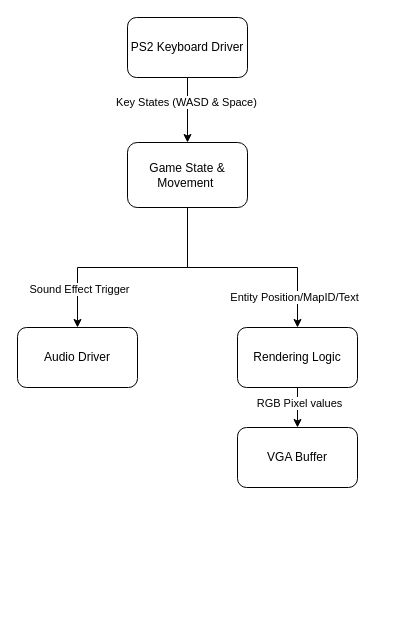
Before: diagram.drawio in AdrianYip1/niosV_finalProject, a draw.io diagram. Source tidied: cells renumbered, new cells numbered last; positions are measured from the earlier drawing's top-left corner, leaving out a move shared by most shapes. Both pictures are drawn from the tidied source at 100%, with x=0, y=0 at pixel (17, 17).
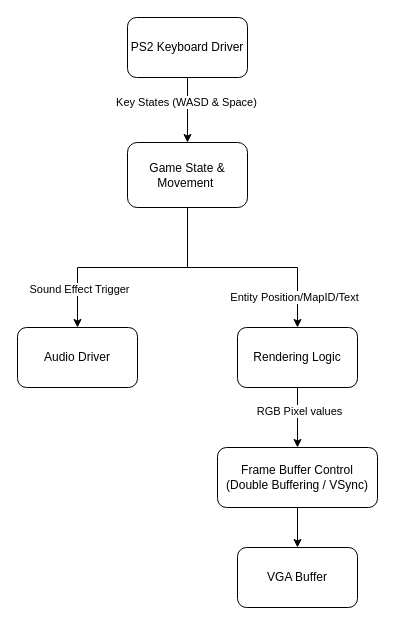
After the change.

What changed in the source:
```diff
@@
 <mxGraphModel>
   <root>
     <mxCell id="0" />
     <mxCell id="1" parent="0" />
     <mxCell id="2" style="edgeStyle=orthogonalEdgeStyle;rounded=0;jettySize=auto;html=1;exitX=0.5;exitY=1;exitDx=0;exitDy=0;entryX=0.5;entryY=0;entryDx=0;entryDy=0;" parent="1" edge="1" source="4" target="9">
       <mxGeometry relative="1" as="geometry" />
     </mxCell>
     <mxCell id="3" value="Key States (WASD &amp;amp; Space)" style="edgeLabel;html=1;align=center;verticalAlign=middle;" parent="2" vertex="1">
       <mxGeometry x="-0.26" y="-2" relative="1" as="geometry" />
     </mxCell>
     <mxCell id="4" value="PS2 Keyboard Driver" style="rounded=1;whiteSpace=wrap;html=1;" parent="1" vertex="1">
       <mxGeometry x="110" width="120" height="60" as="geometry" />
     </mxCell>
     <mxCell id="5" style="edgeStyle=orthogonalEdgeStyle;rounded=0;jettySize=auto;html=1;entryX=0.5;entryY=0;entryDx=0;entryDy=0;" parent="1" edge="1" source="9" target="10">
       <mxGeometry relative="1" as="geometry" />
     </mxCell>
     <mxCell id="6" value="Sound Effect Trigger" style="edgeLabel;html=1;align=center;verticalAlign=middle;" parent="5" vertex="1">
       <mxGeometry x="0.66" y="1" relative="1" as="geometry" />
     </mxCell>
     <mxCell id="7" style="edgeStyle=orthogonalEdgeStyle;rounded=0;jettySize=auto;html=1;entryX=0.5;entryY=0;entryDx=0;entryDy=0;" parent="1" edge="1" source="9" target="13">
       <mxGeometry relative="1" as="geometry" />
     </mxCell>
     <mxCell id="8" value="&lt;font style=&quot;color: rgb(0, 0, 0);&quot;&gt;Entity Position/MapID/Text&lt;/font&gt;" style="edgeLabel;html=1;align=center;verticalAlign=middle;" parent="7" vertex="1">
       <mxGeometry x="0.73" y="-4" relative="1" as="geometry" />
     </mxCell>
     <mxCell id="9" value="Game State &amp;amp; Movement&amp;nbsp;" style="rounded=1;whiteSpace=wrap;html=1;" parent="1" vertex="1">
       <mxGeometry x="110" y="125" width="120" height="65" as="geometry" />
     </mxCell>
     <mxCell id="10" value="Audio Driver" style="rounded=1;whiteSpace=wrap;html=1;" parent="1" vertex="1">
       <mxGeometry y="310" width="120" height="60" as="geometry" />
     </mxCell>
-    <mxCell id="11" style="edgeStyle=orthogonalEdgeStyle;rounded=0;jettySize=auto;html=1;entryX=0.5;entryY=0;entryDx=0;entryDy=0;" parent="1" edge="1" source="13" target="14">
+    <mxCell id="11" style="edgeStyle=orthogonalEdgeStyle;rounded=0;jettySize=auto;html=1;entryX=0.5;entryY=0;entryDx=0;entryDy=0;" parent="1" edge="1" source="13" target="16">
       <mxGeometry relative="1" as="geometry" />
     </mxCell>
     <mxCell id="12" value="RGB Pixel values" style="edgeLabel;html=1;align=center;verticalAlign=middle;" parent="11" vertex="1">
       <mxGeometry x="-0.24" y="1" relative="1" as="geometry" />
     </mxCell>
     <mxCell id="13" value="Rendering Logic" style="rounded=1;whiteSpace=wrap;html=1;" parent="1" vertex="1">
       <mxGeometry x="220" y="310" width="120" height="60" as="geometry" />
     </mxCell>
     <mxCell id="14" value="VGA Buffer" style="rounded=1;whiteSpace=wrap;html=1;" parent="1" vertex="1">
-      <mxGeometry x="220" y="410" width="120" height="60" as="geometry" />
+      <mxGeometry x="220" y="530" width="120" height="60" as="geometry" />
     </mxCell>
+    <mxCell id="15" style="edgeStyle=none;html=1;entryX=0.5;entryY=0;entryDx=0;entryDy=0;" parent="1" edge="1" source="16" target="14">
+      <mxGeometry relative="1" as="geometry" />
+    </mxCell>
+    <mxCell id="16" value="Frame Buffer Control&lt;br&gt;(Double Buffering / VSync)" style="rounded=1;whiteSpace=wrap;html=1;" parent="1" vertex="1">
+      <mxGeometry x="200" y="430" width="160" height="60" as="geometry" />
+    </mxCell>
   </root>
 </mxGraphModel>
```
